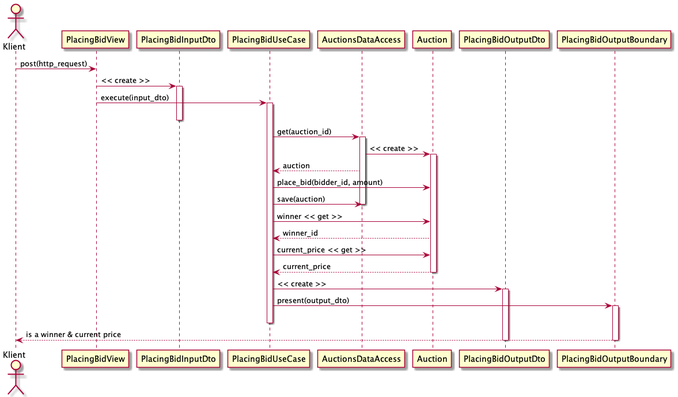
Before: diagrams/3_1_ref_sequence.png, a diagram exported from PlantUML (Enforcer/implementing-the-clean-architecture). Its diagram source:
```plantuml
@startuml
actor Klient as client
participant PlacingBidView as view
participant PlacingBidInputDto as input_dto
participant PlacingBidUseCase as use_case
participant AuctionsDataAccess as data_access
participant Auction as auction
participant PlacingBidOutputDto as output_dto
participant PlacingBidOutputBoundary as output_boundary

client -> view: post(http_request)
view -> input_dto: << create >>
activate input_dto

view -> use_case: execute(input_dto)
activate use_case
deactivate input_dto

use_case -> data_access: get(auction_id)
activate data_access

data_access -> auction: << create >>
activate auction

data_access --> use_case: auction

use_case -> auction: place_bid(bidder_id, amount)

use_case -> data_access: save(auction)
deactivate data_access

use_case -> auction: winner << get >>
auction --> use_case: winner_id
use_case -> auction: current_price << get >>
auction --> use_case: current_price
deactivate auction

use_case -> output_dto: << create >>
activate output_dto

use_case -> output_boundary: present(output_dto)
activate output_boundary
deactivate use_case

output_boundary --> client: is a winner & current price
deactivate output_dto
deactivate output_boundary

@enduml
```
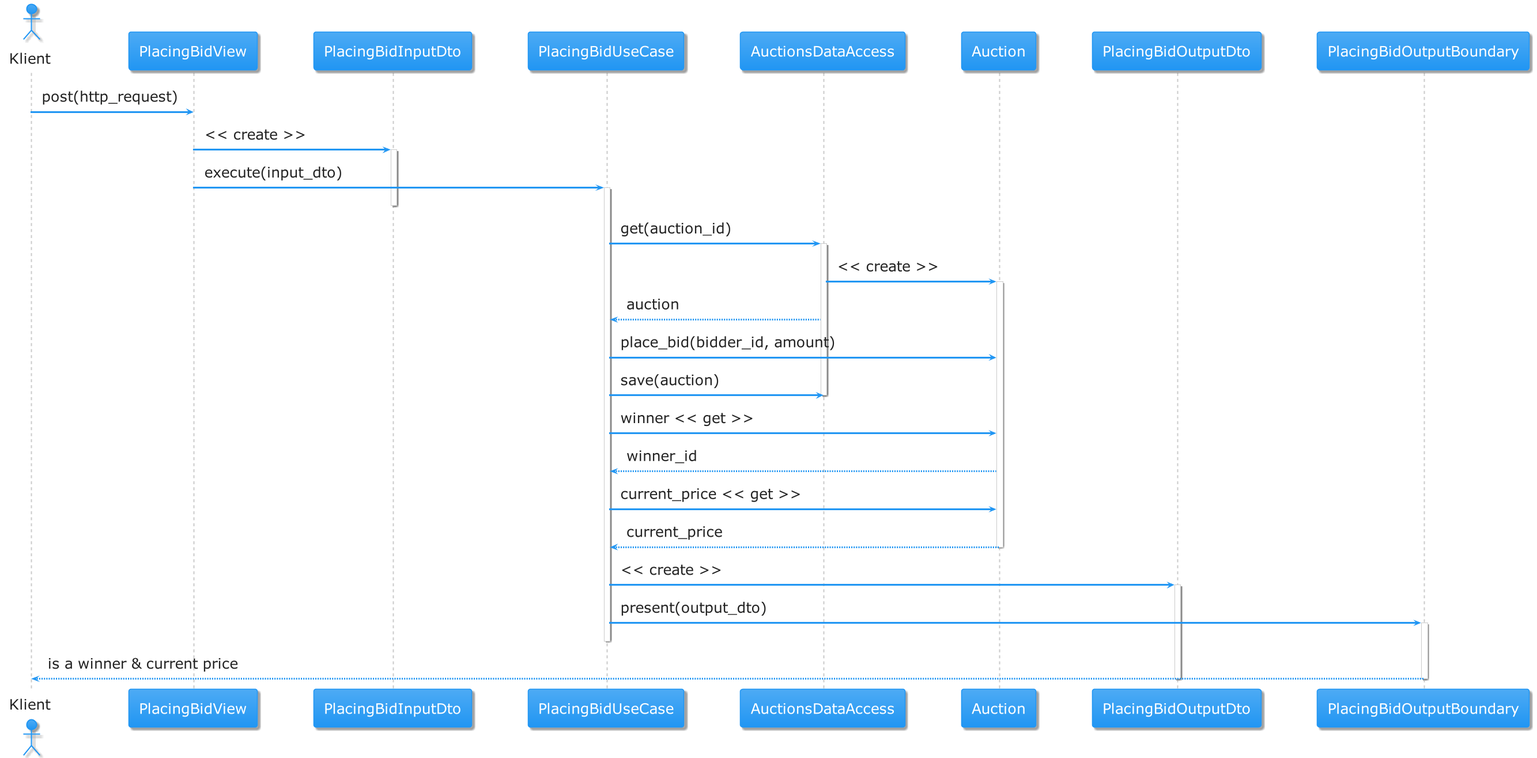
Above is the later version.

Change to the diagram source:
```diff
@@ -1,4 +1,7 @@
 @startuml
+!include https://raw.githubusercontent.com/bschwarz/puml-themes/master/themes/materia/puml-theme-materia.puml
+skinparam defaultFontSize 24
+
 actor Klient as client
 participant PlacingBidView as view
 participant PlacingBidInputDto as input_dto
```
